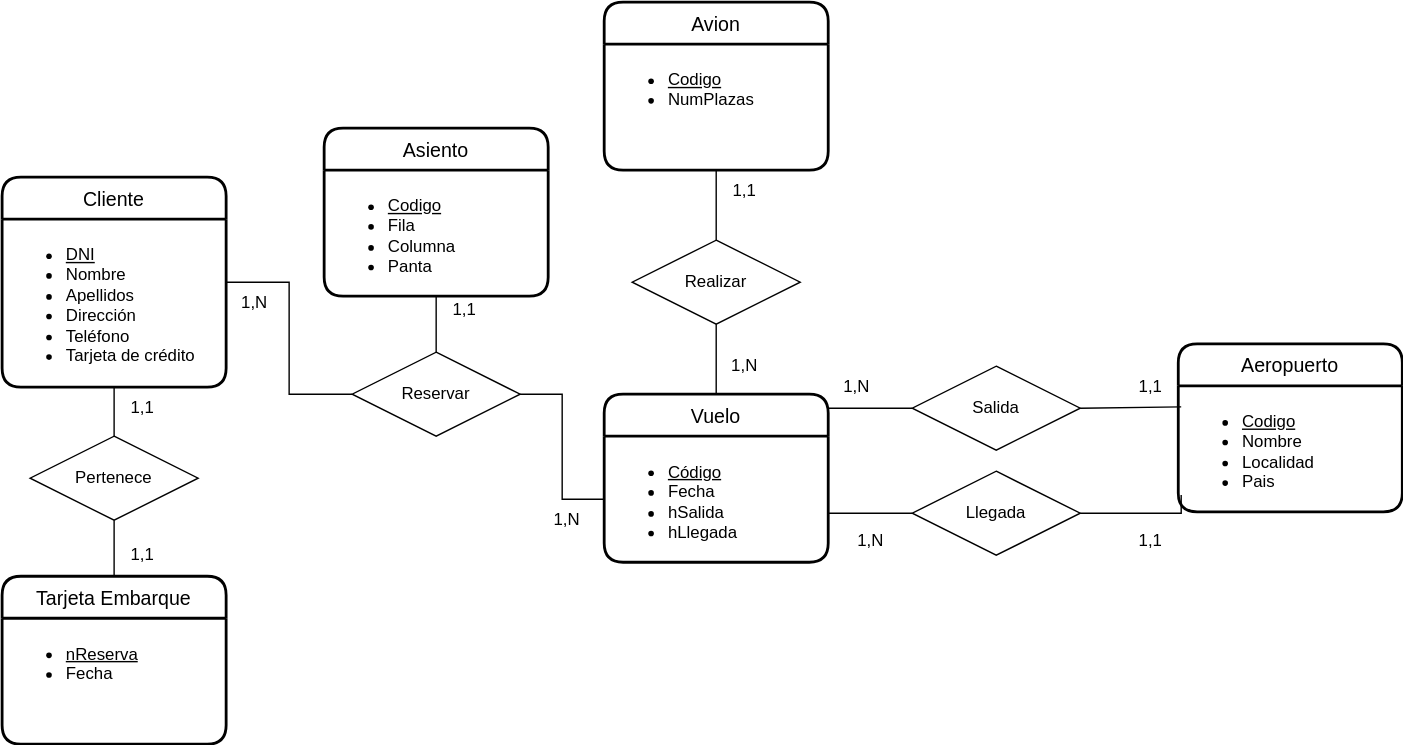
The draw.io diagram UD12-08.svg in Jimxx22/C3-UD11-UML, before a commit. Source tidied: cells renumbered, new cells last; positions are measured from the earlier drawing's top-left corner, leaving out a move shared by most shapes.
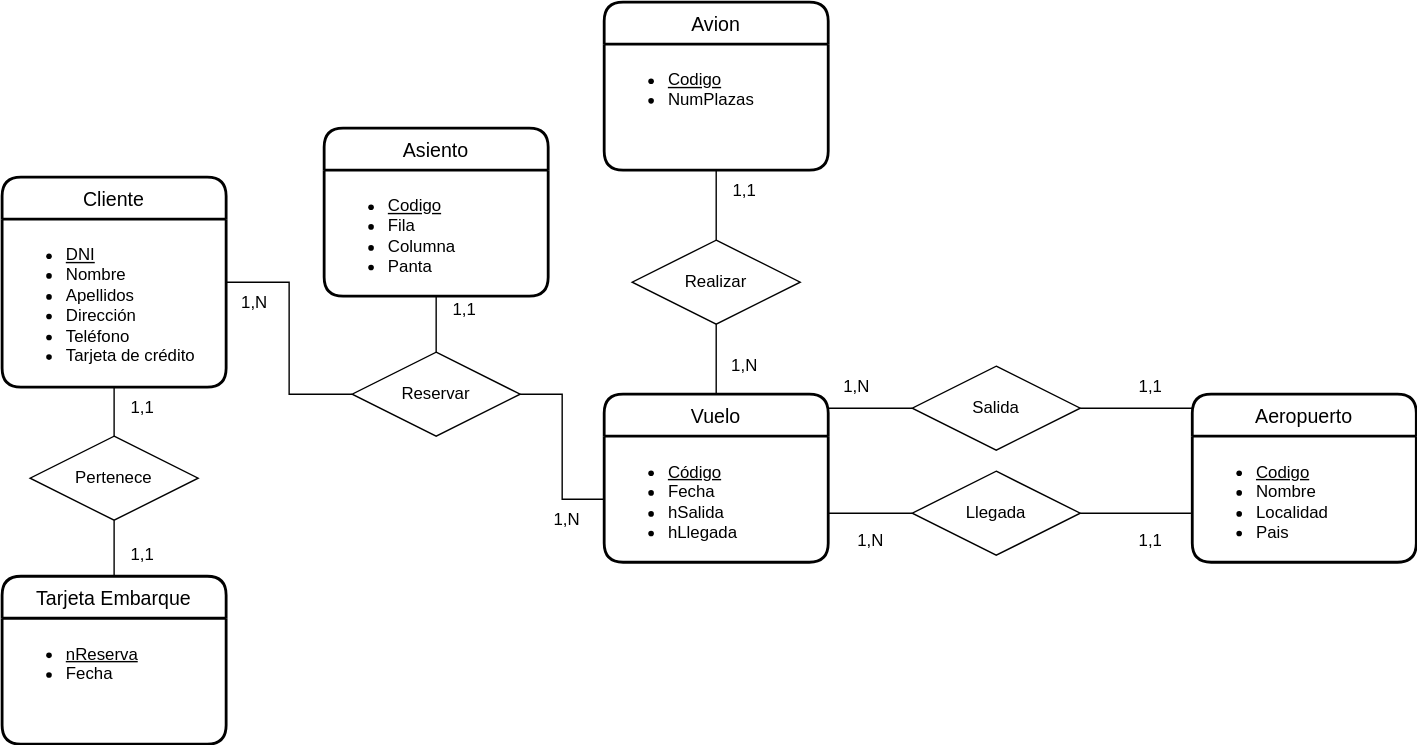
After the change.

Change to the diagram source:
```diff
@@ -15,7 +15,7 @@
       <mxGeometry y="30" width="160" height="120" as="geometry" />
     </mxCell>
     <mxCell id="6" value="Aeropuerto" style="swimlane;horizontal=1;startSize=30;rounded=1;fontSize=14;fontStyle=0;strokeWidth=2;shadow=0;dashed=0;align=center;" parent="1" vertex="1">
-      <mxGeometry x="840" y="244" width="160" height="120" as="geometry" />
+      <mxGeometry x="850" y="280" width="160" height="120" as="geometry" />
     </mxCell>
     <mxCell id="7" value="&lt;ul&gt;&lt;li&gt;&lt;u&gt;Codigo&lt;/u&gt;&lt;/li&gt;&lt;li&gt;Nombre&lt;/li&gt;&lt;li&gt;Localidad&lt;/li&gt;&lt;li&gt;Pais&lt;/li&gt;&lt;/ul&gt;" style="align=left;strokeColor=none;fillColor=none;spacingLeft=4;fontSize=12;verticalAlign=top;html=1;" parent="6" vertex="1">
       <mxGeometry y="30" width="160" height="90" as="geometry" />
@@ -56,19 +56,9 @@
     <mxCell id="19" style="edgeStyle=orthogonalEdgeStyle;rounded=0;jettySize=auto;html=1;exitX=0.5;exitY=1;exitDx=0;exitDy=0;entryX=0.5;entryY=0;entryDx=0;entryDy=0;endArrow=none;endFill=0;" parent="1" edge="1" source="23" target="14">
       <mxGeometry relative="1" as="geometry" />
     </mxCell>
-    <mxCell id="20" style="endArrow=none;html=1;rounded=0;entryX=0.013;entryY=0.167;entryDx=0;entryDy=0;exitX=1;exitY=0.5;exitDx=0;exitDy=0;entryPerimeter=0;" parent="1" edge="1" source="18" target="7">
-      <mxGeometry relative="1" as="geometry" />
-    </mxCell>
     <mxCell id="21" style="endArrow=none;html=1;rounded=0;exitX=0.5;exitY=0;exitDx=0;exitDy=0;entryX=0.5;entryY=1;entryDx=0;entryDy=0;" parent="1" edge="1" source="17" target="9">
       <mxGeometry relative="1" as="geometry" />
     </mxCell>
-    <mxCell id="22" style="endArrow=none;html=1;rounded=0;entryX=0.013;entryY=0.867;entryDx=0;entryDy=0;exitX=1;exitY=0.5;exitDx=0;exitDy=0;entryPerimeter=0;edgeStyle=orthogonalEdgeStyle;" parent="1" edge="1" source="16" target="7">
-      <mxGeometry relative="1" as="geometry">
-        <Array as="points">
-          <mxPoint x="842" y="365" />
-        </Array>
-      </mxGeometry>
-    </mxCell>
     <mxCell id="23" value="Pertenece" style="shape=rhombus;perimeter=rhombusPerimeter;whiteSpace=wrap;html=1;align=center;" parent="1" vertex="1">
       <mxGeometry x="20" y="310" width="120" height="60" as="geometry" />
     </mxCell>
@@ -132,5 +122,13 @@
     <mxCell id="41" value="1,1" style="text;html=1;align=center;verticalAlign=middle;strokeColor=none;fillColor=none;" parent="1" vertex="1">
       <mxGeometry x="510" y="120" width="40" height="30" as="geometry" />
     </mxCell>
+    <mxCell id="42" style="endArrow=none;html=1;rounded=0;entryX=1;entryY=0.5;entryDx=0;entryDy=0;" parent="1" edge="1" target="18">
+      <mxGeometry relative="1" as="geometry">
+        <mxPoint x="850" y="290" as="sourcePoint" />
+      </mxGeometry>
+    </mxCell>
+    <mxCell id="22" style="endArrow=none;html=1;rounded=0;exitX=1;exitY=0.5;exitDx=0;exitDy=0;entryX=-0.006;entryY=0.611;entryDx=0;entryDy=0;entryPerimeter=0;" parent="1" edge="1" source="16" target="7">
+      <mxGeometry relative="1" as="geometry" />
+    </mxCell>
   </root>
 </mxGraphModel>
```
